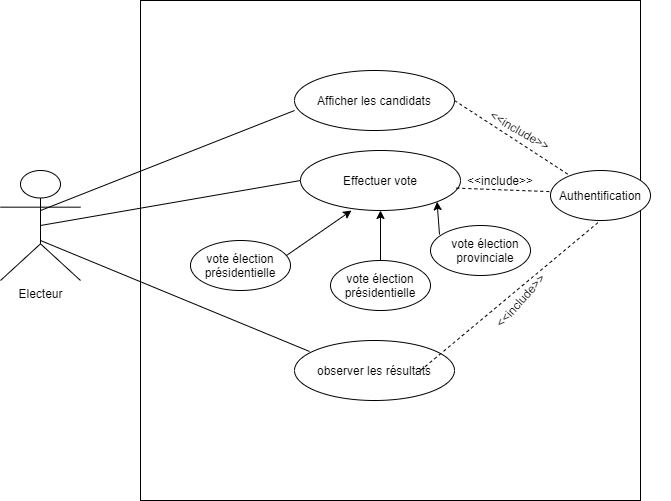
Josback04/MON_TFC keeps this draw.io diagram as Modélisation et diagramme/dcu global.png. Above is the earlier version. Source tidied: cells renumbered, new cells last; positions are measured from the earlier drawing's top-left corner, leaving out a move shared by most shapes.
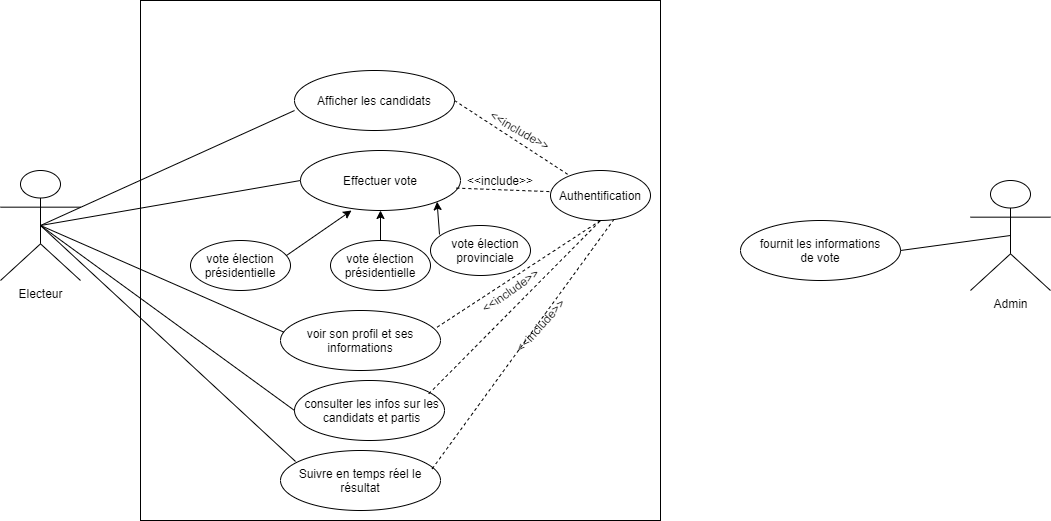
The same diagram one commit later.

What changed in the source:
```diff
@@ -6,7 +6,7 @@
       <mxGeometry y="170" width="80" height="110" as="geometry" />
     </mxCell>
     <mxCell id="3" style="whiteSpace=wrap;html=1;rounded=0;glass=0;" parent="1" vertex="1">
-      <mxGeometry x="140" width="500" height="500" as="geometry" />
+      <mxGeometry x="140" width="520" height="520" as="geometry" />
     </mxCell>
     <mxCell id="4" style="group;" parent="1" vertex="1">
       <mxGeometry x="294" y="70" width="160" height="60" as="geometry" />
@@ -42,7 +42,7 @@
       <mxGeometry x="380" y="240" width="140" height="70" as="geometry" />
     </mxCell>
     <mxCell id="15" style="group;" parent="14" vertex="1">
-      <mxGeometry x="-70" y="20" width="140" height="50" as="geometry" />
+      <mxGeometry x="-70" width="140" height="50" as="geometry" />
     </mxCell>
     <mxCell id="16" style="ellipse;whiteSpace=wrap;html=1;" parent="15" vertex="1">
       <mxGeometry x="20" width="100" height="50" as="geometry" />
@@ -60,24 +60,24 @@
       <mxGeometry relative="1" as="geometry" />
     </mxCell>
     <mxCell id="21" style="group;" parent="1" vertex="1">
-      <mxGeometry x="294" y="340" width="160" height="60" as="geometry" />
+      <mxGeometry x="280" y="450" width="160" height="60" as="geometry" />
     </mxCell>
     <mxCell id="22" style="ellipse;whiteSpace=wrap;html=1;" parent="21" vertex="1">
       <mxGeometry width="160" height="60" as="geometry" />
     </mxCell>
-    <mxCell id="23" value="observer les résultats" style="text;html=1;strokeColor=none;fillColor=none;align=center;verticalAlign=middle;whiteSpace=wrap;rounded=0;" parent="21" vertex="1">
+    <mxCell id="23" value="Suivre en temps réel le résultat" style="text;html=1;strokeColor=none;fillColor=none;align=center;verticalAlign=middle;whiteSpace=wrap;rounded=0;" parent="21" vertex="1">
       <mxGeometry x="15" y="20" width="130" height="20" as="geometry" />
     </mxCell>
-    <mxCell id="24" style="endArrow=none;html=1;entryX=0;entryY=0.667;entryDx=0;entryDy=0;entryPerimeter=0;exitX=0.5;exitY=0.364;exitDx=0;exitDy=0;exitPerimeter=0;" parent="1" edge="1" source="2" target="5">
-      <mxGeometry relative="1" as="geometry" />
+    <mxCell id="24" style="endArrow=none;html=1;entryX=0;entryY=0.667;entryDx=0;entryDy=0;entryPerimeter=0;" parent="1" edge="1" target="5">
+      <mxGeometry relative="1" as="geometry">
+        <mxPoint x="40" y="225" as="sourcePoint" />
+      </mxGeometry>
     </mxCell>
     <mxCell id="25" style="endArrow=none;html=1;entryX=0;entryY=0.5;entryDx=0;entryDy=0;exitX=0.5;exitY=0.5;exitDx=0;exitDy=0;exitPerimeter=0;" parent="1" edge="1" source="2" target="8">
       <mxGeometry relative="1" as="geometry" />
     </mxCell>
-    <mxCell id="26" style="endArrow=none;html=1;entryX=0.094;entryY=0.183;entryDx=0;entryDy=0;entryPerimeter=0;exitX=0.5;exitY=0.364;exitDx=0;exitDy=0;exitPerimeter=0;" parent="1" edge="1" target="22">
-      <mxGeometry relative="1" as="geometry">
-        <mxPoint x="40" y="240" as="sourcePoint" />
-      </mxGeometry>
+    <mxCell id="26" style="endArrow=none;html=1;entryX=0.094;entryY=0.183;entryDx=0;entryDy=0;entryPerimeter=0;exitX=0.5;exitY=0.5;exitDx=0;exitDy=0;exitPerimeter=0;" parent="1" edge="1" source="2" target="22">
+      <mxGeometry relative="1" as="geometry" />
     </mxCell>
     <mxCell id="27" style="endArrow=none;dashed=1;html=1;exitX=0.974;exitY=0.627;exitDx=0;exitDy=0;exitPerimeter=0;entryX=0.143;entryY=0.307;entryDx=0;entryDy=0;entryPerimeter=0;" parent="1" edge="1" source="8" target="31">
       <mxGeometry relative="1" as="geometry" />
@@ -94,10 +94,8 @@
     <mxCell id="31" value="Authentification" style="text;html=1;strokeColor=none;fillColor=none;align=center;verticalAlign=middle;whiteSpace=wrap;rounded=0;" parent="29" vertex="1">
       <mxGeometry y="15" width="140" height="20" as="geometry" />
     </mxCell>
-    <mxCell id="32" style="endArrow=none;dashed=1;html=1;exitX=1.026;exitY=0.625;exitDx=0;exitDy=0;exitPerimeter=0;entryX=0.5;entryY=1;entryDx=0;entryDy=0;" parent="1" edge="1" target="30">
-      <mxGeometry relative="1" as="geometry">
-        <mxPoint x="420" y="370" as="sourcePoint" />
-      </mxGeometry>
+    <mxCell id="32" style="endArrow=none;dashed=1;html=1;exitX=0.979;exitY=0.278;exitDx=0;exitDy=0;exitPerimeter=0;entryX=0.5;entryY=1;entryDx=0;entryDy=0;" parent="1" edge="1" source="39" target="30">
+      <mxGeometry relative="1" as="geometry" />
     </mxCell>
     <mxCell id="33" style="ellipse;whiteSpace=wrap;html=1;" parent="1" vertex="1">
       <mxGeometry x="430" y="225" width="100" height="50" as="geometry" />
@@ -105,8 +103,8 @@
     <mxCell id="34" value="vote élection provinciale" style="text;html=1;strokeColor=none;fillColor=none;align=center;verticalAlign=middle;whiteSpace=wrap;rounded=0;glass=0;" parent="1" vertex="1">
       <mxGeometry x="450" y="240" width="70" height="20" as="geometry" />
     </mxCell>
-    <mxCell id="35" value="&amp;lt;&amp;lt;include&amp;gt;&amp;gt;" style="text;html=1;strokeColor=none;fillColor=none;align=center;verticalAlign=middle;whiteSpace=wrap;rounded=0;glass=0;rotation=-48;" parent="1" vertex="1">
-      <mxGeometry x="500" y="290" width="40" height="20" as="geometry" />
+    <mxCell id="35" value="&amp;lt;&amp;lt;include&amp;gt;&amp;gt;" style="text;html=1;strokeColor=none;fillColor=none;align=center;verticalAlign=middle;whiteSpace=wrap;rounded=0;glass=0;rotation=-35;" parent="1" vertex="1">
+      <mxGeometry x="490" y="280" width="40" height="20" as="geometry" />
     </mxCell>
     <mxCell id="36" value="&amp;lt;&amp;lt;include&amp;gt;&amp;gt;" style="text;html=1;strokeColor=none;fillColor=none;align=center;verticalAlign=middle;whiteSpace=wrap;rounded=0;glass=0;rotation=30;" parent="1" vertex="1">
       <mxGeometry x="500" y="120" width="40" height="20" as="geometry" />
@@ -114,5 +112,52 @@
     <mxCell id="37" value="&amp;lt;&amp;lt;include&amp;gt;&amp;gt;" style="text;html=1;strokeColor=none;fillColor=none;align=center;verticalAlign=middle;whiteSpace=wrap;rounded=0;glass=0;rotation=0;" parent="1" vertex="1">
       <mxGeometry x="480" y="170" width="40" height="20" as="geometry" />
     </mxCell>
+    <mxCell id="38" style="group;" parent="1" vertex="1">
+      <mxGeometry x="280" y="310" width="160" height="60" as="geometry" />
+    </mxCell>
+    <mxCell id="39" style="ellipse;whiteSpace=wrap;html=1;" parent="38" vertex="1">
+      <mxGeometry width="160" height="60" as="geometry" />
+    </mxCell>
+    <mxCell id="40" value="voir son profil et ses informations" style="text;html=1;strokeColor=none;fillColor=none;align=center;verticalAlign=middle;whiteSpace=wrap;rounded=0;" parent="38" vertex="1">
+      <mxGeometry x="15" y="20" width="130" height="20" as="geometry" />
+    </mxCell>
+    <mxCell id="41" style="endArrow=none;html=1;entryX=0.021;entryY=0.361;entryDx=0;entryDy=0;entryPerimeter=0;exitX=0.5;exitY=0.5;exitDx=0;exitDy=0;exitPerimeter=0;" parent="1" edge="1" source="2" target="39">
+      <mxGeometry relative="1" as="geometry" />
+    </mxCell>
+    <mxCell id="42" style="endArrow=none;dashed=1;html=1;exitX=0.948;exitY=0.306;exitDx=0;exitDy=0;exitPerimeter=0;entryX=0.633;entryY=0.983;entryDx=0;entryDy=0;entryPerimeter=0;" parent="1" edge="1" source="22" target="30">
+      <mxGeometry relative="1" as="geometry" />
+    </mxCell>
+    <mxCell id="43" value="&amp;lt;&amp;lt;include&amp;gt;&amp;gt;" style="text;html=1;strokeColor=none;fillColor=none;align=center;verticalAlign=middle;whiteSpace=wrap;rounded=0;glass=0;rotation=-48;" parent="1" vertex="1">
+      <mxGeometry x="520" y="315" width="40" height="20" as="geometry" />
+    </mxCell>
+    <mxCell id="44" style="ellipse;whiteSpace=wrap;html=1;" parent="1" vertex="1">
+      <mxGeometry x="294" y="380" width="150" height="60" as="geometry" />
+    </mxCell>
+    <mxCell id="45" value="consulter les infos sur les candidats et partis" style="text;html=1;strokeColor=none;fillColor=none;align=center;verticalAlign=middle;whiteSpace=wrap;rounded=0;glass=0;" parent="1" vertex="1">
+      <mxGeometry x="294" y="400" width="155" height="20" as="geometry" />
+    </mxCell>
+    <mxCell id="46" style="endArrow=none;html=1;exitX=0.5;exitY=0.5;exitDx=0;exitDy=0;exitPerimeter=0;entryX=0;entryY=0.5;entryDx=0;entryDy=0;" parent="1" edge="1" source="2" target="45">
+      <mxGeometry relative="1" as="geometry" />
+    </mxCell>
+    <mxCell id="47" style="endArrow=none;dashed=1;html=1;exitX=0.979;exitY=0.278;exitDx=0;exitDy=0;exitPerimeter=0;entryX=0.5;entryY=1;entryDx=0;entryDy=0;" parent="1" edge="1" target="30">
+      <mxGeometry relative="1" as="geometry">
+        <mxPoint x="428.3" y="393.3" as="sourcePoint" />
+      </mxGeometry>
+    </mxCell>
+    <mxCell id="48" value="Admin" style="shape=umlActor;verticalLabelPosition=bottom;verticalAlign=top;html=1;outlineConnect=0;" parent="1" vertex="1">
+      <mxGeometry x="970" y="180" width="80" height="110" as="geometry" />
+    </mxCell>
+    <mxCell id="49" style="group;" parent="1" vertex="1">
+      <mxGeometry x="740" y="220" width="160" height="60" as="geometry" />
+    </mxCell>
+    <mxCell id="50" style="ellipse;whiteSpace=wrap;html=1;" parent="49" vertex="1">
+      <mxGeometry width="160" height="60" as="geometry" />
+    </mxCell>
+    <mxCell id="51" value="fournit les informations de vote" style="text;html=1;strokeColor=none;fillColor=none;align=center;verticalAlign=middle;whiteSpace=wrap;rounded=0;" parent="49" vertex="1">
+      <mxGeometry x="15" y="20" width="130" height="20" as="geometry" />
+    </mxCell>
+    <mxCell id="52" style="endArrow=none;html=1;entryX=0.5;entryY=0.5;entryDx=0;entryDy=0;entryPerimeter=0;exitX=1;exitY=0.5;exitDx=0;exitDy=0;" parent="1" edge="1" source="50" target="48">
+      <mxGeometry relative="1" as="geometry" />
+    </mxCell>
   </root>
 </mxGraphModel>
```
